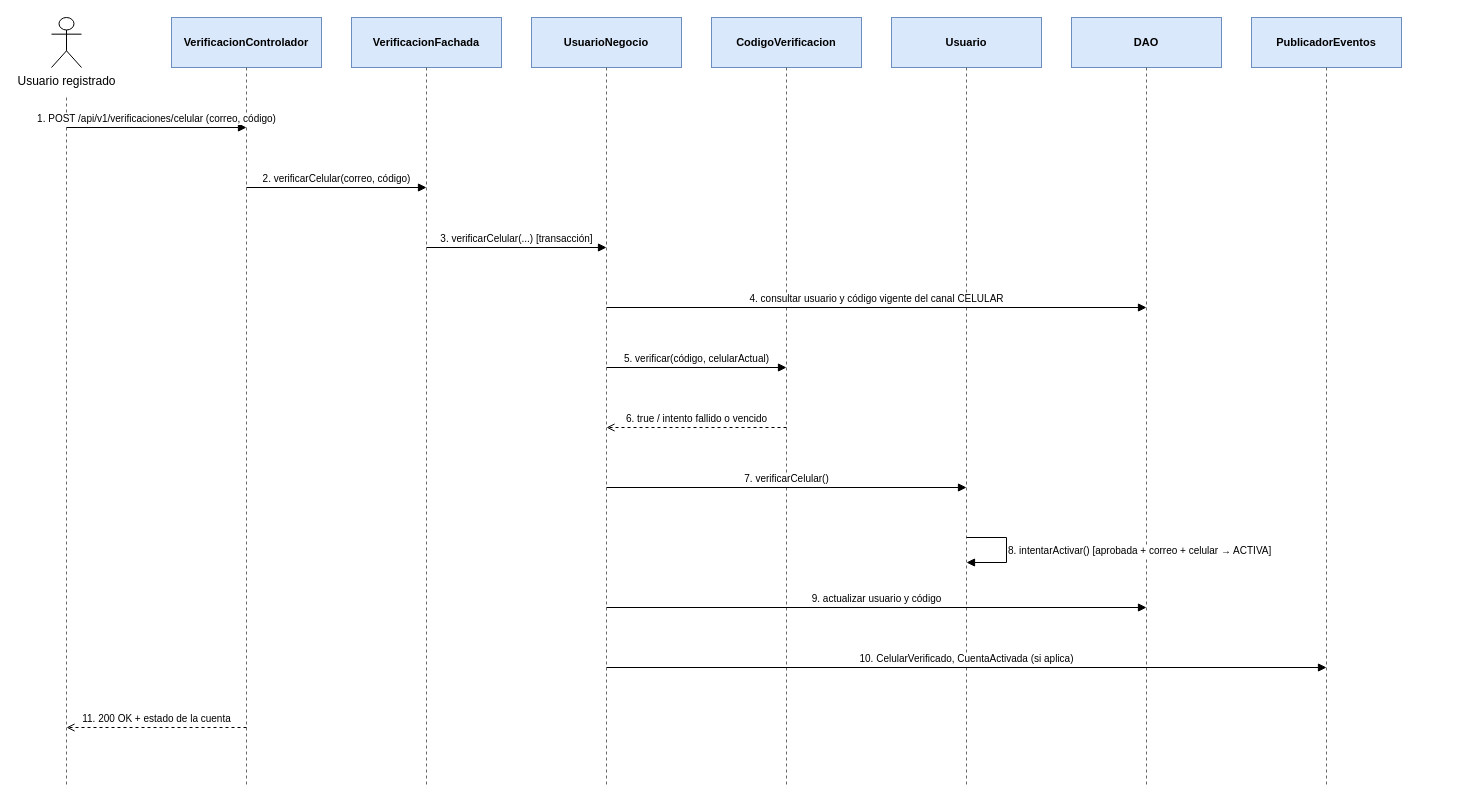
Earlier version of the draw.io diagram page "Verificar celular y activar la cuenta" (4 of 5) of documentacion/fuentes/diagramas-secuencia.drawio (JaiderSoto07/kudos-backend). Source tidied: cells renumbered, new cells numbered last; positions are measured from the earlier drawing's top-left corner, leaving out a move shared by most shapes. Both pictures are drawn from the tidied source at 100%, with x=0, y=0 at pixel (51, 17).
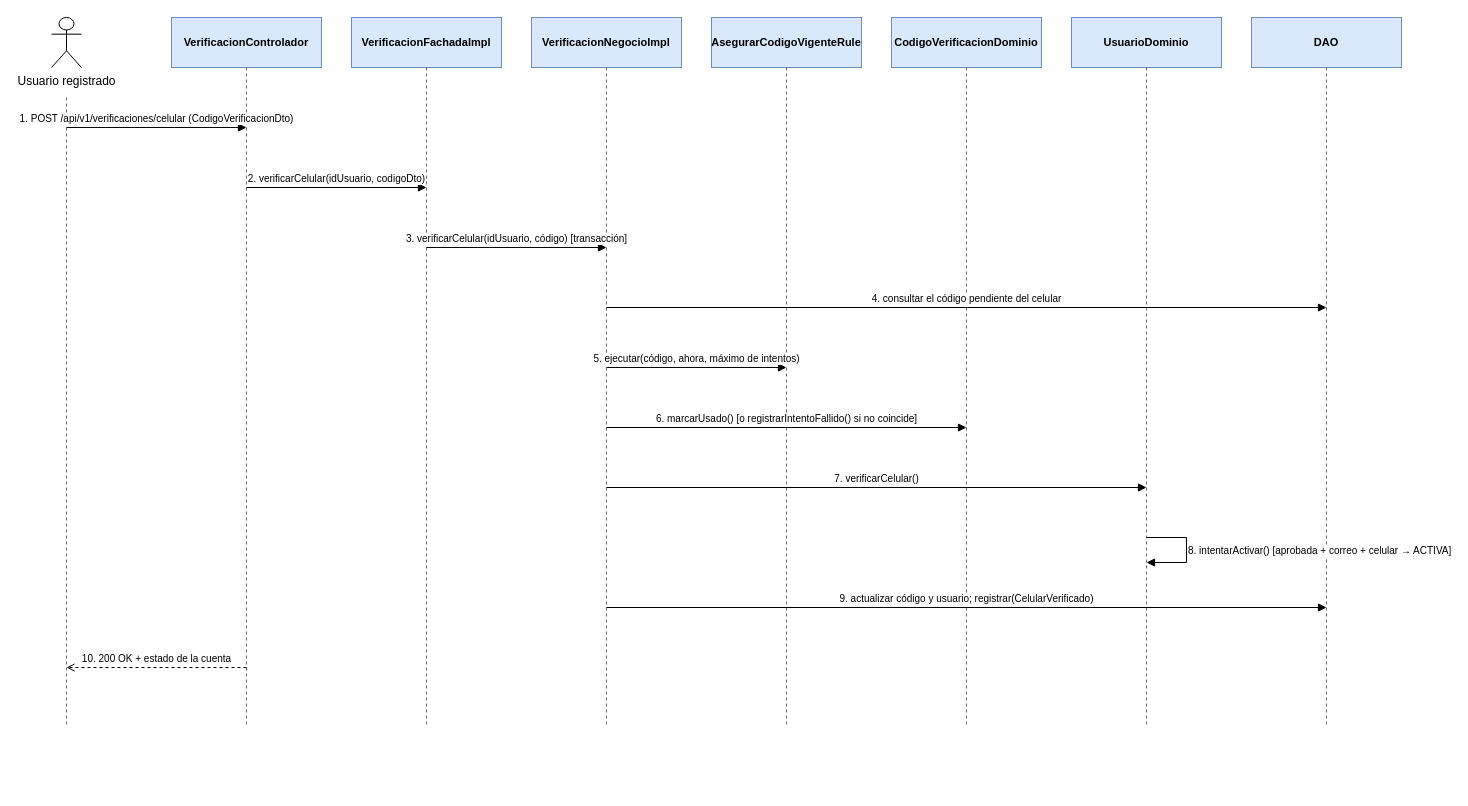
The same page after the edit.

What changed in the source:
```diff
@@
-    <mxCell id="4" value="VerificacionFachada" style="rounded=0;whiteSpace=wrap;html=1;fillColor=#dae8fc;strokeColor=#6c8ebf;fontStyle=1;fontSize=11;" parent="1" vertex="1">
+    <mxCell id="4" value="VerificacionFachadaImpl" style="rounded=0;whiteSpace=wrap;html=1;fillColor=#dae8fc;strokeColor=#6c8ebf;fontStyle=1;fontSize=11;" parent="1" vertex="1">
       <mxGeometry x="300" width="150" height="50" as="geometry" />
     </mxCell>
-    <mxCell id="5" value="UsuarioNegocio" style="rounded=0;whiteSpace=wrap;html=1;fillColor=#dae8fc;strokeColor=#6c8ebf;fontStyle=1;fontSize=11;" parent="1" vertex="1">
+    <mxCell id="5" value="VerificacionNegocioImpl" style="rounded=0;whiteSpace=wrap;html=1;fillColor=#dae8fc;strokeColor=#6c8ebf;fontStyle=1;fontSize=11;" parent="1" vertex="1">
       <mxGeometry x="480" width="150" height="50" as="geometry" />
     </mxCell>
-    <mxCell id="6" value="CodigoVerificacion" style="rounded=0;whiteSpace=wrap;html=1;fillColor=#dae8fc;strokeColor=#6c8ebf;fontStyle=1;fontSize=11;" parent="1" vertex="1">
+    <mxCell id="6" value="AsegurarCodigoVigenteRule" style="rounded=0;whiteSpace=wrap;html=1;fillColor=#dae8fc;strokeColor=#6c8ebf;fontStyle=1;fontSize=11;" parent="1" vertex="1">
       <mxGeometry x="660" width="150" height="50" as="geometry" />
     </mxCell>
-    <mxCell id="7" value="Usuario" style="rounded=0;whiteSpace=wrap;html=1;fillColor=#dae8fc;strokeColor=#6c8ebf;fontStyle=1;fontSize=11;" parent="1" vertex="1">
+    <mxCell id="7" value="CodigoVerificacionDominio" style="rounded=0;whiteSpace=wrap;html=1;fillColor=#dae8fc;strokeColor=#6c8ebf;fontStyle=1;fontSize=11;" parent="1" vertex="1">
       <mxGeometry x="840" width="150" height="50" as="geometry" />
     </mxCell>
-    <mxCell id="8" value="DAO" style="rounded=0;whiteSpace=wrap;html=1;fillColor=#dae8fc;strokeColor=#6c8ebf;fontStyle=1;fontSize=11;" parent="1" vertex="1">
+    <mxCell id="8" value="UsuarioDominio" style="rounded=0;whiteSpace=wrap;html=1;fillColor=#dae8fc;strokeColor=#6c8ebf;fontStyle=1;fontSize=11;" parent="1" vertex="1">
       <mxGeometry x="1020" width="150" height="50" as="geometry" />
     </mxCell>
-    <mxCell id="9" value="PublicadorEventos" style="rounded=0;whiteSpace=wrap;html=1;fillColor=#dae8fc;strokeColor=#6c8ebf;fontStyle=1;fontSize=11;" parent="1" vertex="1">
+    <mxCell id="9" value="DAO" style="rounded=0;whiteSpace=wrap;html=1;fillColor=#dae8fc;strokeColor=#6c8ebf;fontStyle=1;fontSize=11;" parent="1" vertex="1">
       <mxGeometry x="1200" width="150" height="50" as="geometry" />
     </mxCell>
     <mxCell id="10" style="endArrow=none;dashed=1;html=1;strokeColor=#666666;" parent="1" edge="1">
       <mxGeometry relative="1" as="geometry">
         <mxPoint x="15" y="80" as="sourcePoint" />
-        <mxPoint x="15" y="770" as="targetPoint" />
+        <mxPoint x="15" y="710" as="targetPoint" />
       </mxGeometry>
     </mxCell>
     <mxCell id="11" style="endArrow=none;dashed=1;html=1;strokeColor=#666666;" parent="1" edge="1">
       <mxGeometry relative="1" as="geometry">
         <mxPoint x="195" y="50" as="sourcePoint" />
-        <mxPoint x="195" y="770" as="targetPoint" />
+        <mxPoint x="195" y="710" as="targetPoint" />
       </mxGeometry>
     </mxCell>
     <mxCell id="12" style="endArrow=none;dashed=1;html=1;strokeColor=#666666;" parent="1" edge="1">
       <mxGeometry relative="1" as="geometry">
         <mxPoint x="375" y="50" as="sourcePoint" />
-        <mxPoint x="375" y="770" as="targetPoint" />
+        <mxPoint x="375" y="710" as="targetPoint" />
       </mxGeometry>
     </mxCell>
     <mxCell id="13" style="endArrow=none;dashed=1;html=1;strokeColor=#666666;" parent="1" edge="1">
       <mxGeometry relative="1" as="geometry">
         <mxPoint x="555" y="50" as="sourcePoint" />
-        <mxPoint x="555" y="770" as="targetPoint" />
+        <mxPoint x="555" y="710" as="targetPoint" />
       </mxGeometry>
     </mxCell>
     <mxCell id="14" style="endArrow=none;dashed=1;html=1;strokeColor=#666666;" parent="1" edge="1">
       <mxGeometry relative="1" as="geometry">
         <mxPoint x="735" y="50" as="sourcePoint" />
-        <mxPoint x="735" y="770" as="targetPoint" />
+        <mxPoint x="735" y="710" as="targetPoint" />
       </mxGeometry>
     </mxCell>
     <mxCell id="15" style="endArrow=none;dashed=1;html=1;strokeColor=#666666;" parent="1" edge="1">
       <mxGeometry relative="1" as="geometry">
         <mxPoint x="915" y="50" as="sourcePoint" />
-        <mxPoint x="915" y="770" as="targetPoint" />
+        <mxPoint x="915" y="710" as="targetPoint" />
       </mxGeometry>
     </mxCell>
     <mxCell id="16" style="endArrow=none;dashed=1;html=1;strokeColor=#666666;" parent="1" edge="1">
       <mxGeometry relative="1" as="geometry">
         <mxPoint x="1095" y="50" as="sourcePoint" />
-        <mxPoint x="1095" y="770" as="targetPoint" />
+        <mxPoint x="1095" y="710" as="targetPoint" />
       </mxGeometry>
     </mxCell>
     <mxCell id="17" style="endArrow=none;dashed=1;html=1;strokeColor=#666666;" parent="1" edge="1">
       <mxGeometry relative="1" as="geometry">
         <mxPoint x="1275" y="50" as="sourcePoint" />
-        <mxPoint x="1275" y="770" as="targetPoint" />
+        <mxPoint x="1275" y="710" as="targetPoint" />
       </mxGeometry>
     </mxCell>
-    <mxCell id="18" value="1. POST /api/v1/verificaciones/celular (correo, código)" style="endArrow=block;endFill=1;html=1;rounded=0;fontSize=10;labelBackgroundColor=#ffffff;verticalAlign=bottom;" parent="1" edge="1">
+    <mxCell id="18" value="1. POST /api/v1/verificaciones/celular (CodigoVerificacionDto)" style="endArrow=block;endFill=1;html=1;rounded=0;fontSize=10;labelBackgroundColor=#ffffff;verticalAlign=bottom;" parent="1" edge="1">
       <mxGeometry relative="1" as="geometry">
         <mxPoint x="15" y="110" as="sourcePoint" />
         <mxPoint x="195" y="110" as="targetPoint" />
       </mxGeometry>
     </mxCell>
-    <mxCell id="19" value="2. verificarCelular(correo, código)" style="endArrow=block;endFill=1;html=1;rounded=0;fontSize=10;labelBackgroundColor=#ffffff;verticalAlign=bottom;" parent="1" edge="1">
+    <mxCell id="19" value="2. verificarCelular(idUsuario, codigoDto)" style="endArrow=block;endFill=1;html=1;rounded=0;fontSize=10;labelBackgroundColor=#ffffff;verticalAlign=bottom;" parent="1" edge="1">
       <mxGeometry relative="1" as="geometry">
         <mxPoint x="195" y="170" as="sourcePoint" />
         <mxPoint x="375" y="170" as="targetPoint" />
       </mxGeometry>
     </mxCell>
-    <mxCell id="20" value="3. verificarCelular(...)  [transacción]" style="endArrow=block;endFill=1;html=1;rounded=0;fontSize=10;labelBackgroundColor=#ffffff;verticalAlign=bottom;" parent="1" edge="1">
+    <mxCell id="20" value="3. verificarCelular(idUsuario, código)  [transacción]" style="endArrow=block;endFill=1;html=1;rounded=0;fontSize=10;labelBackgroundColor=#ffffff;verticalAlign=bottom;" parent="1" edge="1">
       <mxGeometry relative="1" as="geometry">
         <mxPoint x="375" y="230" as="sourcePoint" />
         <mxPoint x="555" y="230" as="targetPoint" />
       </mxGeometry>
     </mxCell>
-    <mxCell id="21" value="4. consultar usuario y código vigente del canal CELULAR" style="endArrow=block;endFill=1;html=1;rounded=0;fontSize=10;labelBackgroundColor=#ffffff;verticalAlign=bottom;" parent="1" edge="1">
+    <mxCell id="21" value="4. consultar el código pendiente del celular" style="endArrow=block;endFill=1;html=1;rounded=0;fontSize=10;labelBackgroundColor=#ffffff;verticalAlign=bottom;" parent="1" edge="1">
       <mxGeometry relative="1" as="geometry">
         <mxPoint x="555" y="290" as="sourcePoint" />
-        <mxPoint x="1095" y="290" as="targetPoint" />
+        <mxPoint x="1275" y="290" as="targetPoint" />
       </mxGeometry>
     </mxCell>
-    <mxCell id="22" value="5. verificar(código, celularActual)" style="endArrow=block;endFill=1;html=1;rounded=0;fontSize=10;labelBackgroundColor=#ffffff;verticalAlign=bottom;" parent="1" edge="1">
+    <mxCell id="22" value="5. ejecutar(código, ahora, máximo de intentos)" style="endArrow=block;endFill=1;html=1;rounded=0;fontSize=10;labelBackgroundColor=#ffffff;verticalAlign=bottom;" parent="1" edge="1">
       <mxGeometry relative="1" as="geometry">
         <mxPoint x="555" y="350" as="sourcePoint" />
         <mxPoint x="735" y="350" as="targetPoint" />
       </mxGeometry>
     </mxCell>
-    <mxCell id="23" value="6. true / intento fallido o vencido" style="endArrow=open;endFill=0;dashed=1;html=1;rounded=0;fontSize=10;labelBackgroundColor=#ffffff;verticalAlign=bottom;" parent="1" edge="1">
+    <mxCell id="23" value="6. marcarUsado()  [o registrarIntentoFallido() si no coincide]" style="endArrow=block;endFill=1;html=1;rounded=0;fontSize=10;labelBackgroundColor=#ffffff;verticalAlign=bottom;" parent="1" edge="1">
       <mxGeometry relative="1" as="geometry">
-        <mxPoint x="735" y="410" as="sourcePoint" />
-        <mxPoint x="555" y="410" as="targetPoint" />
+        <mxPoint x="555" y="410" as="sourcePoint" />
+        <mxPoint x="915" y="410" as="targetPoint" />
       </mxGeometry>
     </mxCell>
     <mxCell id="24" value="7. verificarCelular()" style="endArrow=block;endFill=1;html=1;rounded=0;fontSize=10;labelBackgroundColor=#ffffff;verticalAlign=bottom;" parent="1" edge="1">
       <mxGeometry relative="1" as="geometry">
         <mxPoint x="555" y="470" as="sourcePoint" />
-        <mxPoint x="915" y="470" as="targetPoint" />
+        <mxPoint x="1095" y="470" as="targetPoint" />
       </mxGeometry>
     </mxCell>
     <mxCell id="25" value="8. intentarActivar()  [aprobada + correo + celular → ACTIVA]" style="endArrow=block;endFill=1;html=1;rounded=0;fontSize=10;align=left;labelBackgroundColor=#ffffff;" parent="1" edge="1">
       <mxGeometry relative="1" as="geometry">
-        <mxPoint x="915" y="520" as="sourcePoint" />
-        <mxPoint x="915" y="545" as="targetPoint" />
+        <mxPoint x="1095" y="520" as="sourcePoint" />
+        <mxPoint x="1095" y="545" as="targetPoint" />
         <Array as="points">
-          <mxPoint x="955" y="520" />
-          <mxPoint x="955" y="545" />
+          <mxPoint x="1135" y="520" />
+          <mxPoint x="1135" y="545" />
         </Array>
       </mxGeometry>
     </mxCell>
-    <mxCell id="26" value="9. actualizar usuario y código" style="endArrow=block;endFill=1;html=1;rounded=0;fontSize=10;labelBackgroundColor=#ffffff;verticalAlign=bottom;" parent="1" edge="1">
+    <mxCell id="26" value="9. actualizar código y usuario; registrar(CelularVerificado)" style="endArrow=block;endFill=1;html=1;rounded=0;fontSize=10;labelBackgroundColor=#ffffff;verticalAlign=bottom;" parent="1" edge="1">
       <mxGeometry relative="1" as="geometry">
         <mxPoint x="555" y="590" as="sourcePoint" />
-        <mxPoint x="1095" y="590" as="targetPoint" />
+        <mxPoint x="1275" y="590" as="targetPoint" />
       </mxGeometry>
     </mxCell>
-    <mxCell id="27" value="10. CelularVerificado, CuentaActivada (si aplica)" style="endArrow=block;endFill=1;html=1;rounded=0;fontSize=10;labelBackgroundColor=#ffffff;verticalAlign=bottom;" parent="1" edge="1">
+    <mxCell id="27" value="10. 200 OK + estado de la cuenta" style="endArrow=open;endFill=0;dashed=1;html=1;rounded=0;fontSize=10;labelBackgroundColor=#ffffff;verticalAlign=bottom;" parent="1" edge="1">
       <mxGeometry relative="1" as="geometry">
-        <mxPoint x="555" y="650" as="sourcePoint" />
-        <mxPoint x="1275" y="650" as="targetPoint" />
+        <mxPoint x="195" y="650" as="sourcePoint" />
+        <mxPoint x="15" y="650" as="targetPoint" />
       </mxGeometry>
     </mxCell>
-    <mxCell id="28" value="11. 200 OK + estado de la cuenta" style="endArrow=open;endFill=0;dashed=1;html=1;rounded=0;fontSize=10;labelBackgroundColor=#ffffff;verticalAlign=bottom;" parent="1" edge="1">
-      <mxGeometry relative="1" as="geometry">
-        <mxPoint x="195" y="710" as="sourcePoint" />
-        <mxPoint x="15" y="710" as="targetPoint" />
-      </mxGeometry>
-    </mxCell>
```
